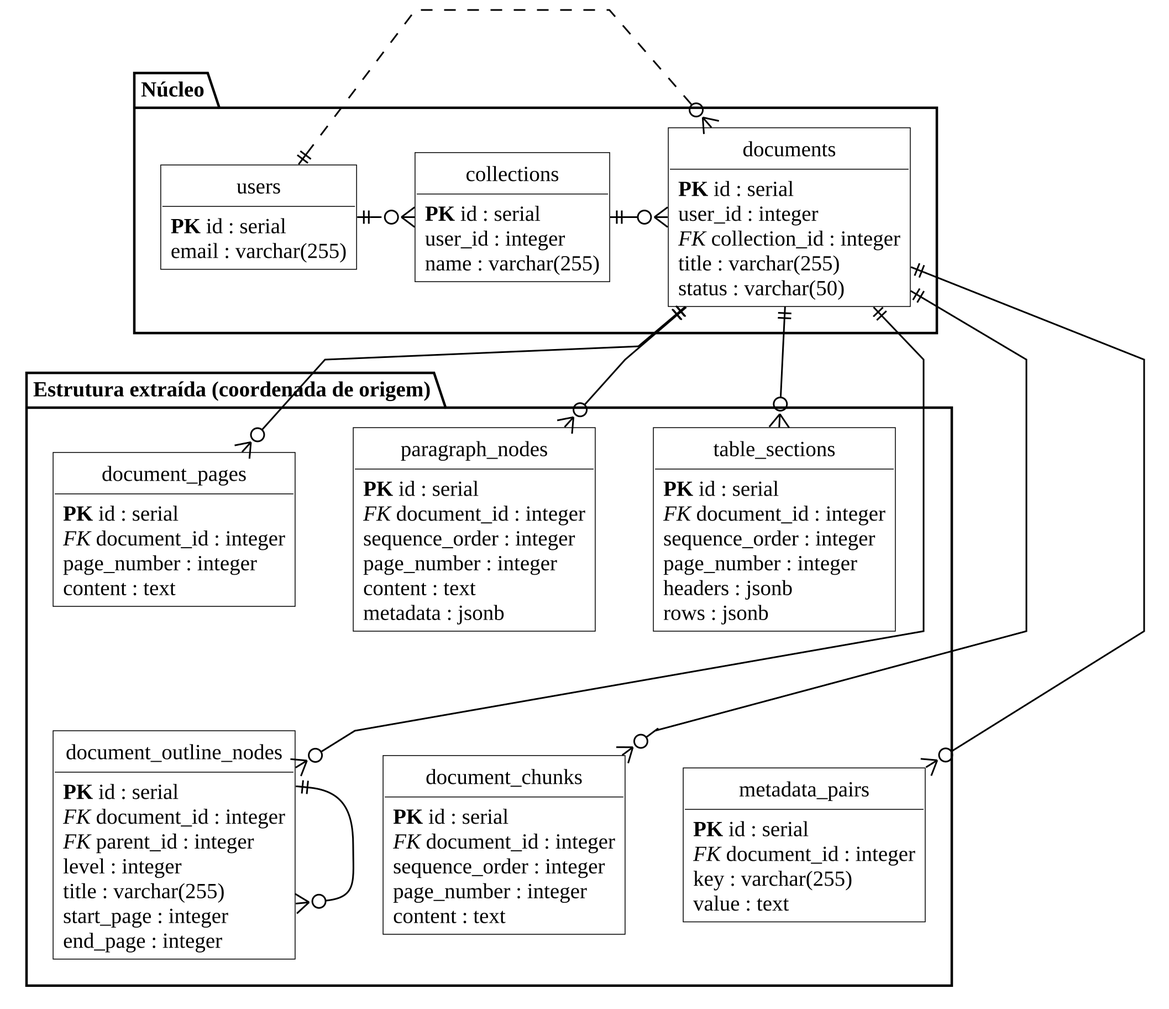
Above: docs/article/anexos/diagramas/esquema-proveniencia.png in EduardoMG12/ThingIndex (PlantUML), before the change. Its source is kept beside it as docs/article/anexos/diagramas/esquema-proveniencia.puml.
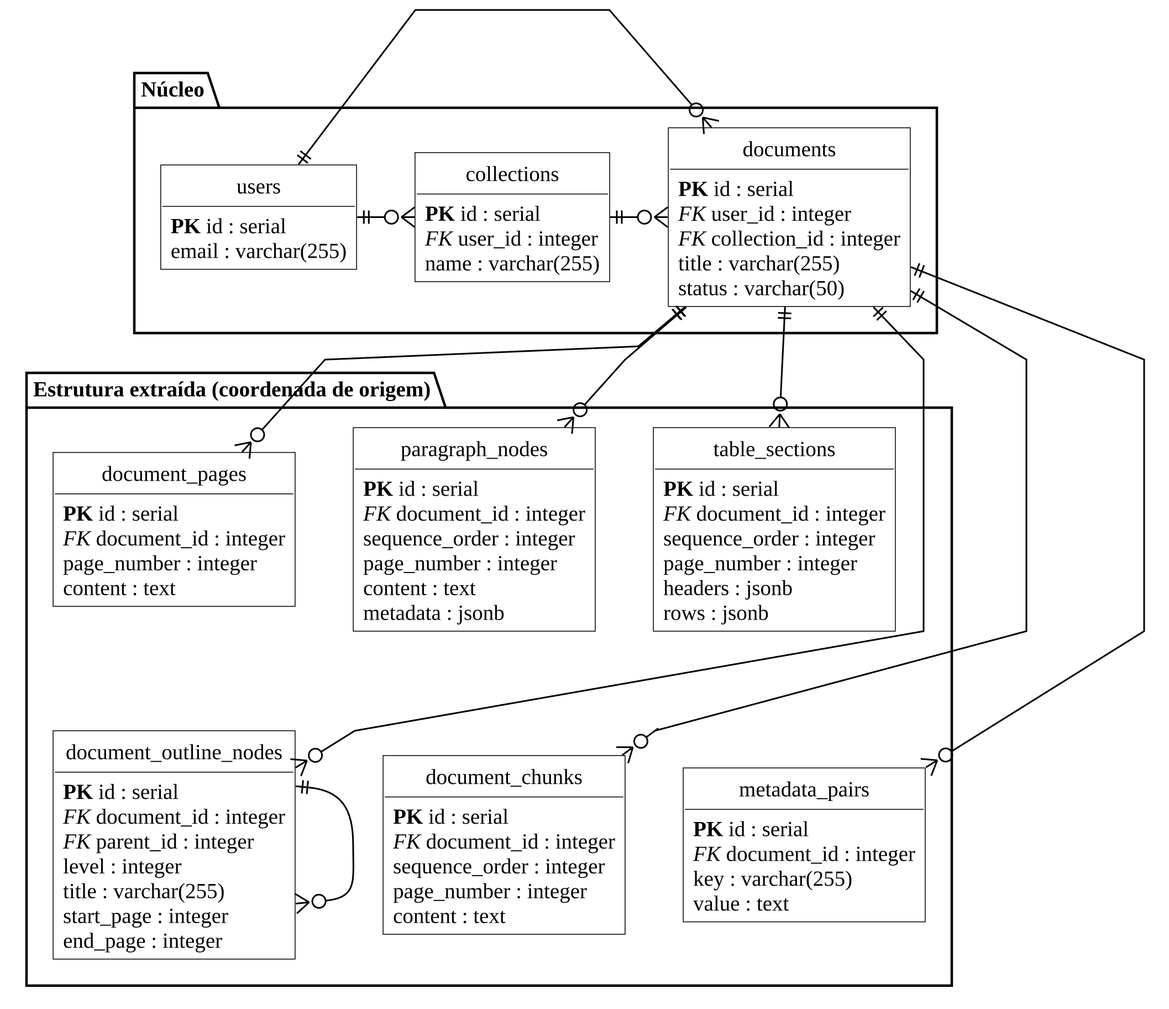
The same diagram one commit later.

Change to the diagram source:
```diff
@@ -10,12 +10,12 @@
 }
 entity "collections" as collections {
   {field} <b>PK</b> id : serial
-  {field} user_id : integer
+  {field} <i>FK</i> user_id : integer
   {field} name : varchar(255)
 }
 entity "documents" as documents {
   {field} <b>PK</b> id : serial
-  {field} user_id : integer
+  {field} <i>FK</i> user_id : integer
   {field} <i>FK</i> collection_id : integer
   {field} title : varchar(255)
   {field} status : varchar(50)
@@ -67,16 +67,16 @@
   {field} value : text
 }
 }
+users ||-right-o{ collections
 documents ||--o{ document_chunks
 documents ||--o{ document_outline_nodes
 document_outline_nodes ||--o{ document_outline_nodes
 documents ||--o{ document_pages
 collections ||-right-o{ documents
+users ||-right-o{ documents
 documents ||--o{ metadata_pairs
 documents ||--o{ paragraph_nodes
 documents ||--o{ table_sections
-users ||.right.o{ collections
-users ||.right.o{ documents
 document_pages -[hidden]down- document_outline_nodes
 paragraph_nodes -[hidden]down- document_chunks
 table_sections -[hidden]down- metadata_pairs
```
